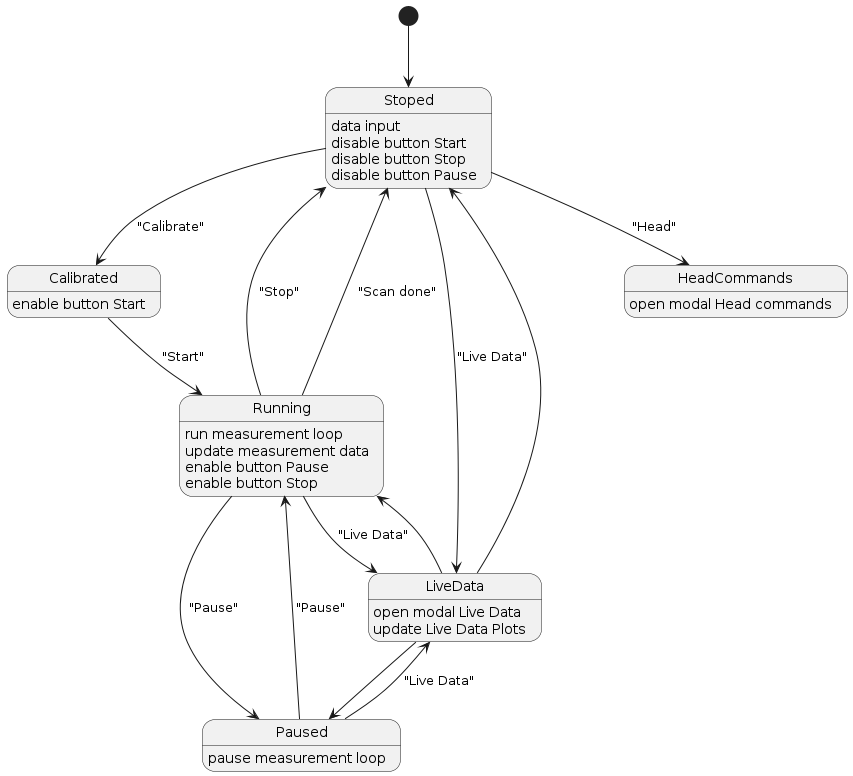
Above: out/design/zustandsdiagramm/Zustandsdiagramm.png in luki0502/antscan (PlantUML), before the change.
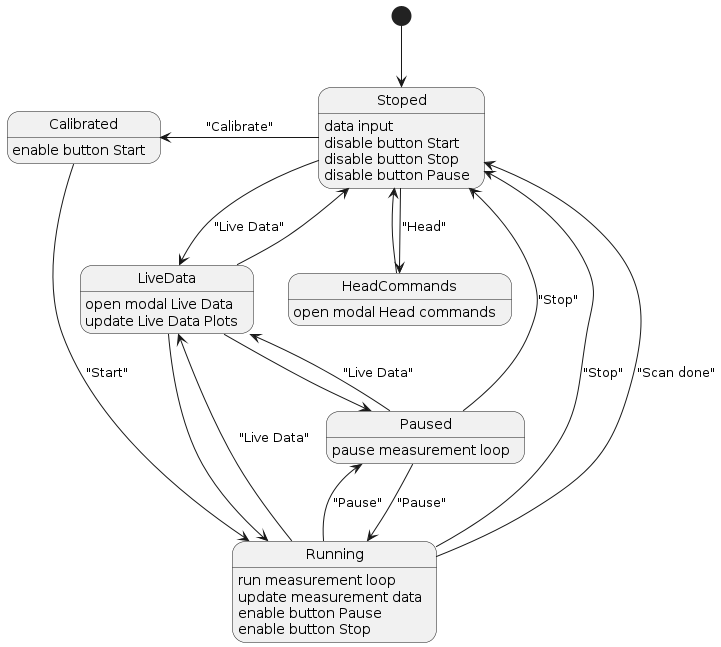
The same file after the commit.

Commit message:
added two arrows to state diagram

Change to the diagram source:
```diff
@@ -1,11 +1,12 @@
 @startuml Zustandsdiagramm
 
 [*] --> Stoped
-Stoped --> Calibrated : "Calibrate"
+Stoped -l-> Calibrated : "Calibrate"
 Stoped --> HeadCommands : "Head"
 Calibrated --> Running : "Start"
 Running --> Paused : "Pause"
 Running --> Stoped : "Stop"
+Paused -d-> Stoped : "Stop"
 Running --> Stoped : "Scan done"
 Paused --> Running : "Pause"
 Stoped --> LiveData : "Live Data"
@@ -14,6 +15,7 @@
 LiveData --> Stoped
 LiveData --> Running
 LiveData --> Paused
+HeadCommands --> Stoped
 
 Stoped : data input
 Stoped : disable button Start
```
